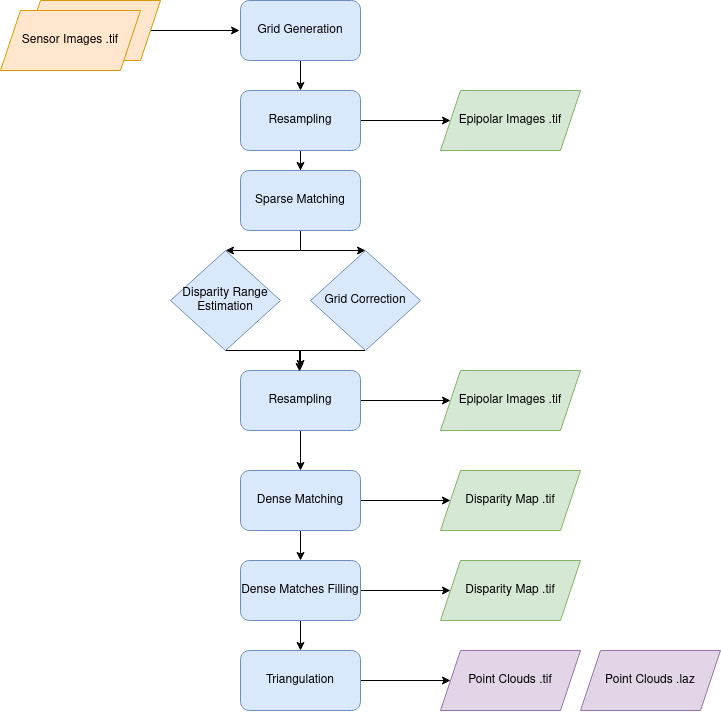
Above: docs/source/images/cars_pipeline_sensor_to_pc.png in CNES/cars (draw.io), before the change. Source tidied: cells renumbered, new cells last; positions are measured from the earlier drawing's top-left corner, leaving out a move shared by most shapes. Its diagram source:
```xml
<mxGraphModel>
  <root>
    <mxCell id="0" />
    <mxCell id="1" parent="0" />
    <mxCell id="2" style="edgeStyle=orthogonalEdgeStyle;rounded=0;jettySize=auto;html=1;entryX=-0.008;entryY=0.5;entryDx=0;entryDy=0;entryPerimeter=0;strokeWidth=1;" parent="1" edge="1" source="3" target="5">
      <mxGeometry relative="1" as="geometry" />
    </mxCell>
    <mxCell id="3" style="shape=parallelogram;perimeter=parallelogramPerimeter;whiteSpace=wrap;html=1;fixedSize=1;fillColor=#ffe6cc;strokeColor=#d79b00;" parent="1" vertex="1">
      <mxGeometry x="20" width="140" height="60" as="geometry" />
    </mxCell>
    <mxCell id="4" style="edgeStyle=orthogonalEdgeStyle;rounded=0;jettySize=auto;html=1;strokeWidth=1;" parent="1" edge="1" source="5" target="8">
      <mxGeometry relative="1" as="geometry" />
    </mxCell>
    <mxCell id="5" value="Grid Generation" style="rounded=1;whiteSpace=wrap;html=1;fillColor=#dae8fc;strokeColor=#6c8ebf;" parent="1" vertex="1">
      <mxGeometry x="240" width="120" height="60" as="geometry" />
    </mxCell>
    <mxCell id="6" style="edgeStyle=orthogonalEdgeStyle;rounded=0;jettySize=auto;html=1;strokeWidth=1;" parent="1" edge="1" source="8" target="11">
      <mxGeometry relative="1" as="geometry" />
    </mxCell>
    <mxCell id="7" style="edgeStyle=orthogonalEdgeStyle;rounded=0;jettySize=auto;html=1;strokeWidth=1;" parent="1" edge="1" source="8" target="23">
      <mxGeometry relative="1" as="geometry" />
    </mxCell>
    <mxCell id="8" value="Resampling" style="rounded=1;whiteSpace=wrap;html=1;fillColor=#dae8fc;strokeColor=#6c8ebf;" parent="1" vertex="1">
      <mxGeometry x="240" y="90" width="120" height="60" as="geometry" />
    </mxCell>
    <mxCell id="9" style="edgeStyle=orthogonalEdgeStyle;rounded=0;jettySize=auto;html=1;strokeWidth=1;" parent="1" edge="1" source="11" target="21">
      <mxGeometry relative="1" as="geometry" />
    </mxCell>
    <mxCell id="10" style="edgeStyle=orthogonalEdgeStyle;rounded=0;jettySize=auto;html=1;strokeWidth=1;" parent="1" edge="1" source="11" target="27">
      <mxGeometry relative="1" as="geometry" />
    </mxCell>
    <mxCell id="11" value="Sparse Matching" style="rounded=1;whiteSpace=wrap;html=1;fillColor=#dae8fc;strokeColor=#6c8ebf;" parent="1" vertex="1">
      <mxGeometry x="240" y="170" width="120" height="60" as="geometry" />
    </mxCell>
    <mxCell id="12" style="edgeStyle=orthogonalEdgeStyle;rounded=0;jettySize=auto;html=1;strokeWidth=1;" parent="1" edge="1" source="13" target="28">
      <mxGeometry relative="1" as="geometry" />
    </mxCell>
    <mxCell id="13" value="Triangulation" style="rounded=1;whiteSpace=wrap;html=1;fillColor=#dae8fc;strokeColor=#6c8ebf;" parent="1" vertex="1">
      <mxGeometry x="240" y="650" width="120" height="60" as="geometry" />
    </mxCell>
    <mxCell id="14" style="edgeStyle=orthogonalEdgeStyle;rounded=0;jettySize=auto;html=1;strokeWidth=1;" parent="1" edge="1" source="16" target="25">
      <mxGeometry relative="1" as="geometry" />
    </mxCell>
    <mxCell id="15" style="edgeStyle=orthogonalEdgeStyle;rounded=0;jettySize=auto;html=1;strokeWidth=1;" parent="1" edge="1" source="16" target="32">
      <mxGeometry relative="1" as="geometry" />
    </mxCell>
    <mxCell id="16" value="Dense Matching" style="rounded=1;whiteSpace=wrap;html=1;fillColor=#dae8fc;strokeColor=#6c8ebf;" parent="1" vertex="1">
      <mxGeometry x="240" y="470" width="120" height="60" as="geometry" />
    </mxCell>
    <mxCell id="17" style="edgeStyle=orthogonalEdgeStyle;rounded=0;jettySize=auto;html=1;strokeWidth=1;" parent="1" edge="1" source="19" target="16">
      <mxGeometry relative="1" as="geometry" />
    </mxCell>
    <mxCell id="18" style="edgeStyle=orthogonalEdgeStyle;rounded=0;jettySize=auto;html=1;strokeWidth=1;" parent="1" edge="1" source="19" target="24">
      <mxGeometry relative="1" as="geometry" />
    </mxCell>
    <mxCell id="19" value="Resampling" style="rounded=1;whiteSpace=wrap;html=1;fillColor=#dae8fc;strokeColor=#6c8ebf;" parent="1" vertex="1">
      <mxGeometry x="240" y="370" width="120" height="60" as="geometry" />
    </mxCell>
    <mxCell id="20" style="edgeStyle=orthogonalEdgeStyle;rounded=0;jettySize=auto;html=1;entryX=0.5;entryY=-0.033;entryDx=0;entryDy=0;entryPerimeter=0;strokeWidth=1;" parent="1" edge="1" source="21" target="19">
      <mxGeometry relative="1" as="geometry">
        <Array as="points">
          <mxPoint x="300" y="350" />
        </Array>
      </mxGeometry>
    </mxCell>
    <mxCell id="21" value="Disparity Range Estimation" style="rhombus;whiteSpace=wrap;html=1;fillColor=#dae8fc;strokeColor=#6c8ebf;" parent="1" vertex="1">
      <mxGeometry x="170" y="250" width="110" height="100" as="geometry" />
    </mxCell>
    <mxCell id="22" value="Point Clouds .laz" style="shape=parallelogram;perimeter=parallelogramPerimeter;whiteSpace=wrap;html=1;fixedSize=1;fillColor=#e1d5e7;strokeColor=#9673a6;" parent="1" vertex="1">
      <mxGeometry x="580" y="650" width="140" height="60" as="geometry" />
    </mxCell>
    <mxCell id="23" value="Epipolar Images .tif" style="shape=parallelogram;perimeter=parallelogramPerimeter;whiteSpace=wrap;html=1;fixedSize=1;fillColor=#d5e8d4;strokeColor=#82b366;" parent="1" vertex="1">
      <mxGeometry x="440" y="90" width="140" height="60" as="geometry" />
    </mxCell>
    <mxCell id="24" value="Epipolar Images .tif" style="shape=parallelogram;perimeter=parallelogramPerimeter;whiteSpace=wrap;html=1;fixedSize=1;fillColor=#d5e8d4;strokeColor=#82b366;" parent="1" vertex="1">
      <mxGeometry x="440" y="370" width="140" height="60" as="geometry" />
    </mxCell>
    <mxCell id="25" value="Disparity Map .tif" style="shape=parallelogram;perimeter=parallelogramPerimeter;whiteSpace=wrap;html=1;fixedSize=1;fillColor=#d5e8d4;strokeColor=#82b366;" parent="1" vertex="1">
      <mxGeometry x="440" y="470" width="140" height="60" as="geometry" />
    </mxCell>
    <mxCell id="26" style="edgeStyle=orthogonalEdgeStyle;rounded=0;jettySize=auto;html=1;entryX=0.492;entryY=0.017;entryDx=0;entryDy=0;entryPerimeter=0;strokeWidth=1;" parent="1" edge="1" source="27" target="19">
      <mxGeometry relative="1" as="geometry">
        <Array as="points">
          <mxPoint x="299" y="350" />
        </Array>
      </mxGeometry>
    </mxCell>
    <mxCell id="27" value="Grid Correction" style="rhombus;whiteSpace=wrap;html=1;fillColor=#dae8fc;strokeColor=#6c8ebf;" parent="1" vertex="1">
      <mxGeometry x="310" y="250" width="110" height="100" as="geometry" />
    </mxCell>
    <mxCell id="28" value="Point Clouds .tif" style="shape=parallelogram;perimeter=parallelogramPerimeter;whiteSpace=wrap;html=1;fixedSize=1;fillColor=#e1d5e7;strokeColor=#9673a6;" parent="1" vertex="1">
      <mxGeometry x="440" y="650" width="140" height="60" as="geometry" />
    </mxCell>
    <mxCell id="29" value="Sensor Images .tif" style="shape=parallelogram;perimeter=parallelogramPerimeter;whiteSpace=wrap;html=1;fixedSize=1;fillColor=#ffe6cc;strokeColor=#d79b00;" parent="1" vertex="1">
      <mxGeometry y="10" width="140" height="60" as="geometry" />
    </mxCell>
    <mxCell id="30" style="edgeStyle=orthogonalEdgeStyle;rounded=0;jettySize=auto;html=1;strokeWidth=1;" parent="1" edge="1" source="32" target="33">
      <mxGeometry relative="1" as="geometry" />
    </mxCell>
    <mxCell id="31" style="edgeStyle=orthogonalEdgeStyle;rounded=0;jettySize=auto;html=1;strokeWidth=1;" parent="1" edge="1" source="32" target="13">
      <mxGeometry relative="1" as="geometry" />
    </mxCell>
    <mxCell id="32" value="Dense Matches Filling" style="rounded=1;whiteSpace=wrap;html=1;fillColor=#dae8fc;strokeColor=#6c8ebf;" parent="1" vertex="1">
      <mxGeometry x="240" y="560" width="120" height="60" as="geometry" />
    </mxCell>
    <mxCell id="33" value="Disparity Map .tif" style="shape=parallelogram;perimeter=parallelogramPerimeter;whiteSpace=wrap;html=1;fixedSize=1;fillColor=#d5e8d4;strokeColor=#82b366;" parent="1" vertex="1">
      <mxGeometry x="440" y="560" width="140" height="60" as="geometry" />
    </mxCell>
  </root>
</mxGraphModel>
```
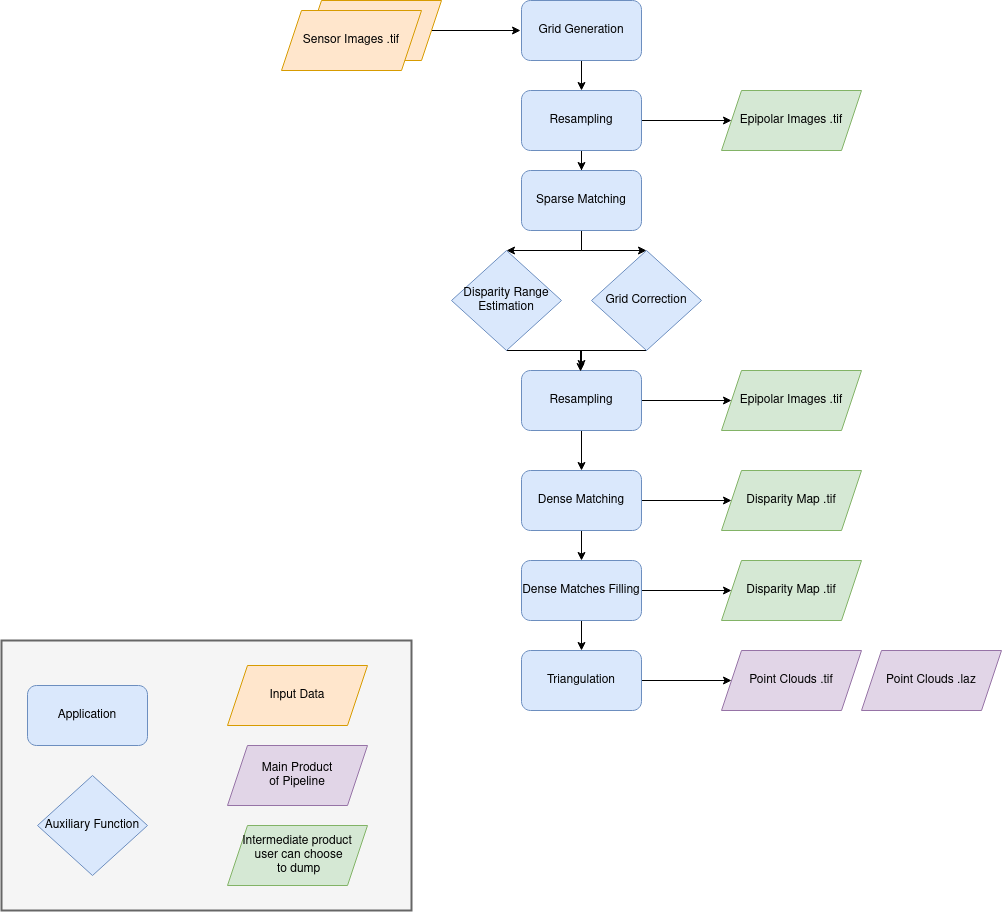
After the change.

The edit, as a diff of the source:
```diff
@@ -106,5 +106,26 @@
     <mxCell id="33" value="Disparity Map .tif" style="shape=parallelogram;perimeter=parallelogramPerimeter;whiteSpace=wrap;html=1;fixedSize=1;fillColor=#d5e8d4;strokeColor=#82b366;" parent="1" vertex="1">
       <mxGeometry x="440" y="560" width="140" height="60" as="geometry" />
     </mxCell>
+    <mxCell id="34" style="group;" parent="1" vertex="1">
+      <mxGeometry x="-280" y="640" width="410" height="270" as="geometry" />
+    </mxCell>
+    <mxCell id="35" style="rounded=0;whiteSpace=wrap;html=1;fillColor=#f5f5f5;fontColor=#333333;strokeColor=#666666;strokeWidth=2;" parent="34" vertex="1">
+      <mxGeometry width="410" height="270" as="geometry" />
+    </mxCell>
+    <mxCell id="36" value="Application" style="rounded=1;whiteSpace=wrap;html=1;fillColor=#dae8fc;strokeColor=#6c8ebf;" parent="34" vertex="1">
+      <mxGeometry x="26" y="45" width="120" height="60" as="geometry" />
+    </mxCell>
+    <mxCell id="37" value="&lt;div&gt;Main Product &lt;br&gt;&lt;/div&gt;&lt;div&gt;of Pipeline&lt;/div&gt;" style="shape=parallelogram;perimeter=parallelogramPerimeter;whiteSpace=wrap;html=1;fixedSize=1;fillColor=#e1d5e7;strokeColor=#9673a6;" parent="34" vertex="1">
+      <mxGeometry x="226" y="105" width="140" height="60" as="geometry" />
+    </mxCell>
+    <mxCell id="38" value="&lt;div&gt;Intermediate product&lt;/div&gt;&lt;div&gt;&amp;nbsp;user can choose&lt;/div&gt;&lt;div&gt;&amp;nbsp;to dump&lt;/div&gt;" style="shape=parallelogram;perimeter=parallelogramPerimeter;whiteSpace=wrap;html=1;fixedSize=1;fillColor=#d5e8d4;strokeColor=#82b366;" parent="34" vertex="1">
+      <mxGeometry x="226" y="185" width="140" height="60" as="geometry" />
+    </mxCell>
+    <mxCell id="39" value="Input Data" style="shape=parallelogram;perimeter=parallelogramPerimeter;whiteSpace=wrap;html=1;fixedSize=1;fillColor=#ffe6cc;strokeColor=#d79b00;" parent="34" vertex="1">
+      <mxGeometry x="226" y="25" width="140" height="60" as="geometry" />
+    </mxCell>
+    <mxCell id="40" value="Auxiliary Function" style="rhombus;whiteSpace=wrap;html=1;fillColor=#dae8fc;strokeColor=#6c8ebf;" parent="34" vertex="1">
+      <mxGeometry x="36" y="135" width="110" height="100" as="geometry" />
+    </mxCell>
   </root>
 </mxGraphModel>
```
